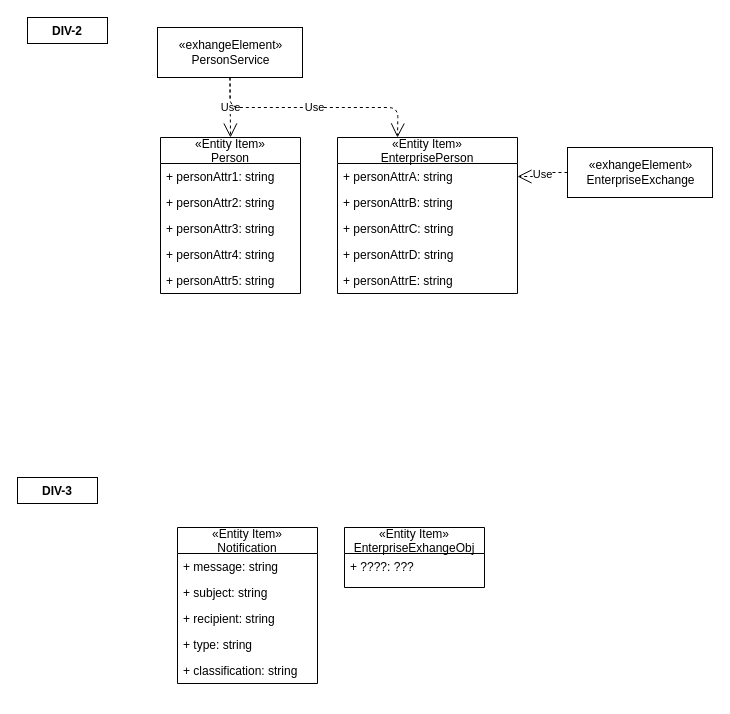
Above: page "DIV Diagrams" (4 of 4) of Drawings/Microservices/People/PeopleService.drawio in RMSLowside/rmslow (draw.io), before the change. Source tidied: cells renumbered, new cells numbered last; positions are measured from the earlier drawing's top-left corner, leaving out a move shared by most shapes. Both pictures are drawn from the tidied source at 100%, with x=0, y=0 at pixel (17, 17).
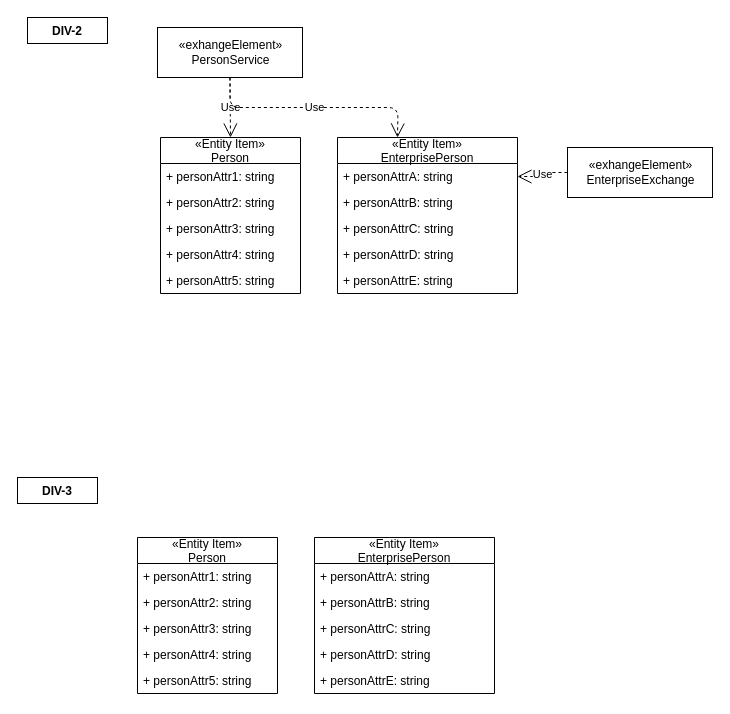
Above is the later version.

The edit, as a diff of the source:
```diff
@@
-    <mxCell id="15" value="«Entity Item»&#10;Notification" style="swimlane;fontStyle=0;horizontal=1;startSize=26;fillColor=none;" parent="1" vertex="1">
-      <mxGeometry x="160" y="510" width="140" height="156" as="geometry" />
-    </mxCell>
-    <mxCell id="16" value="+ message: string" style="text;strokeColor=none;fillColor=none;align=left;verticalAlign=top;spacingLeft=4;spacingRight=4;overflow=hidden;" parent="15" vertex="1">
-      <mxGeometry y="26" width="140" height="26" as="geometry" />
-    </mxCell>
-    <mxCell id="17" value="+ subject: string" style="text;strokeColor=none;fillColor=none;align=left;verticalAlign=top;spacingLeft=4;spacingRight=4;overflow=hidden;" parent="15" vertex="1">
-      <mxGeometry y="52" width="140" height="26" as="geometry" />
-    </mxCell>
-    <mxCell id="18" value="+ recipient: string" style="text;strokeColor=none;fillColor=none;align=left;verticalAlign=top;spacingLeft=4;spacingRight=4;overflow=hidden;" parent="15" vertex="1">
-      <mxGeometry y="78" width="140" height="26" as="geometry" />
-    </mxCell>
-    <mxCell id="19" value="+ type: string" style="text;strokeColor=none;fillColor=none;align=left;verticalAlign=top;spacingLeft=4;spacingRight=4;overflow=hidden;" parent="15" vertex="1">
-      <mxGeometry y="104" width="140" height="26" as="geometry" />
-    </mxCell>
-    <mxCell id="20" value="+ classification: string" style="text;strokeColor=none;fillColor=none;align=left;verticalAlign=top;spacingLeft=4;spacingRight=4;overflow=hidden;" parent="15" vertex="1">
-      <mxGeometry y="130" width="140" height="26" as="geometry" />
-    </mxCell>
-    <mxCell id="21" value="«Entity Item»&#10;EnterpriseExhangeObj" style="swimlane;fontStyle=0;horizontal=1;startSize=26;fillColor=none;" parent="1" vertex="1">
-      <mxGeometry x="327" y="510" width="140" height="60" as="geometry" />
-    </mxCell>
-    <mxCell id="22" value="+ ????: ???" style="text;strokeColor=none;fillColor=none;align=left;verticalAlign=top;spacingLeft=4;spacingRight=4;overflow=hidden;" parent="21" vertex="1">
-      <mxGeometry y="26" width="140" height="34" as="geometry" />
-    </mxCell>
@@
+    <mxCell id="29" value="«Entity Item»&#10;Person" style="swimlane;fontStyle=0;horizontal=1;startSize=26;fillColor=none;" parent="1" vertex="1">
+      <mxGeometry x="120" y="520" width="140" height="156" as="geometry" />
+    </mxCell>
+    <mxCell id="30" value="+ personAttr1: string" style="text;strokeColor=none;fillColor=none;align=left;verticalAlign=top;spacingLeft=4;spacingRight=4;overflow=hidden;" parent="29" vertex="1">
+      <mxGeometry y="26" width="140" height="26" as="geometry" />
+    </mxCell>
+    <mxCell id="31" value="+ personAttr2: string" style="text;strokeColor=none;fillColor=none;align=left;verticalAlign=top;spacingLeft=4;spacingRight=4;overflow=hidden;" parent="29" vertex="1">
+      <mxGeometry y="52" width="140" height="26" as="geometry" />
+    </mxCell>
+    <mxCell id="32" value="+ personAttr3: string" style="text;strokeColor=none;fillColor=none;align=left;verticalAlign=top;spacingLeft=4;spacingRight=4;overflow=hidden;" parent="29" vertex="1">
+      <mxGeometry y="78" width="140" height="26" as="geometry" />
+    </mxCell>
+    <mxCell id="33" value="+ personAttr4: string" style="text;strokeColor=none;fillColor=none;align=left;verticalAlign=top;spacingLeft=4;spacingRight=4;overflow=hidden;" parent="29" vertex="1">
+      <mxGeometry y="104" width="140" height="26" as="geometry" />
+    </mxCell>
+    <mxCell id="34" value="+ personAttr5: string" style="text;strokeColor=none;fillColor=none;align=left;verticalAlign=top;spacingLeft=4;spacingRight=4;overflow=hidden;" parent="29" vertex="1">
+      <mxGeometry y="130" width="140" height="26" as="geometry" />
+    </mxCell>
+    <mxCell id="35" value="«Entity Item»&#10;EnterprisePerson" style="swimlane;fontStyle=0;horizontal=1;startSize=26;fillColor=none;" parent="1" vertex="1">
+      <mxGeometry x="297" y="520" width="180" height="156" as="geometry" />
+    </mxCell>
+    <mxCell id="36" value="+ personAttrA: string" style="text;strokeColor=none;fillColor=none;align=left;verticalAlign=top;spacingLeft=4;spacingRight=4;overflow=hidden;" parent="35" vertex="1">
+      <mxGeometry y="26" width="180" height="26" as="geometry" />
+    </mxCell>
+    <mxCell id="37" value="+ personAttrB: string" style="text;strokeColor=none;fillColor=none;align=left;verticalAlign=top;spacingLeft=4;spacingRight=4;overflow=hidden;" parent="35" vertex="1">
+      <mxGeometry y="52" width="180" height="26" as="geometry" />
+    </mxCell>
+    <mxCell id="38" value="+ personAttrC: string" style="text;strokeColor=none;fillColor=none;align=left;verticalAlign=top;spacingLeft=4;spacingRight=4;overflow=hidden;" parent="35" vertex="1">
+      <mxGeometry y="78" width="180" height="26" as="geometry" />
+    </mxCell>
+    <mxCell id="39" value="+ personAttrD: string" style="text;strokeColor=none;fillColor=none;align=left;verticalAlign=top;spacingLeft=4;spacingRight=4;overflow=hidden;" parent="35" vertex="1">
+      <mxGeometry y="104" width="180" height="26" as="geometry" />
+    </mxCell>
+    <mxCell id="40" value="+ personAttrE: string" style="text;strokeColor=none;fillColor=none;align=left;verticalAlign=top;spacingLeft=4;spacingRight=4;overflow=hidden;" parent="35" vertex="1">
+      <mxGeometry y="130" width="180" height="26" as="geometry" />
+    </mxCell>
```
